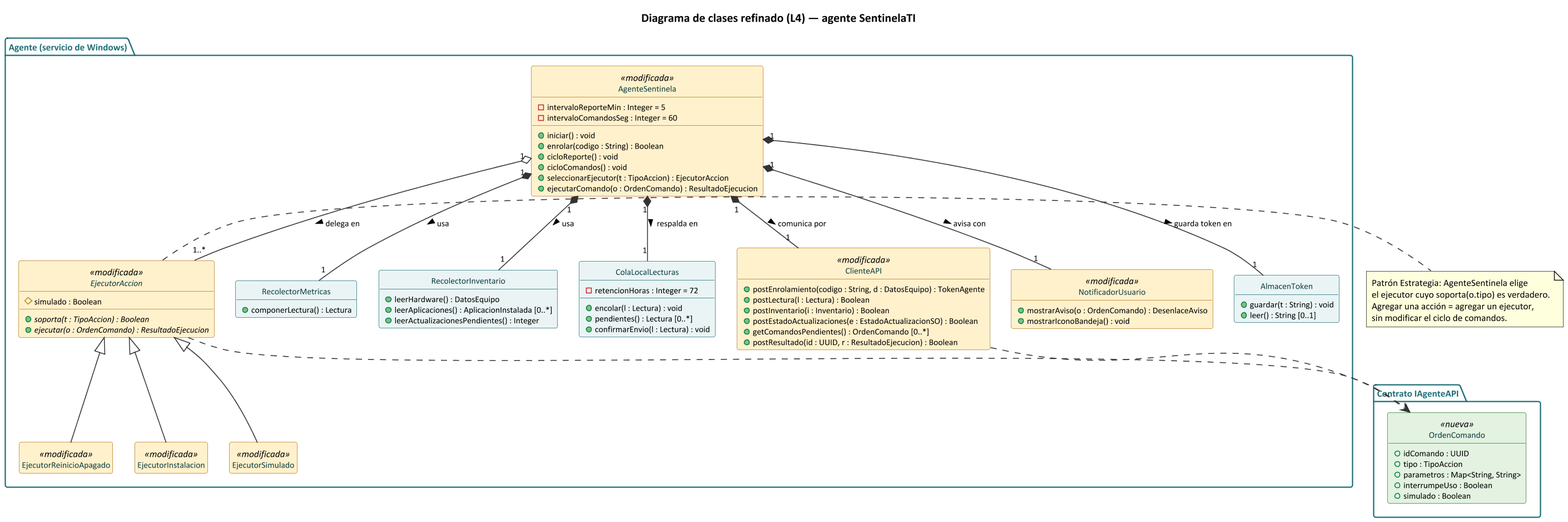
gazpel/SentinelaTI keeps this PlantUML diagram as docs/uml/clases_agente_l4.png. Above is the earlier version. The source it was exported from:
```plantuml
@startuml clases_agente_l4
hide circle
hide empty members
skinparam dpi 150
skinparam shadowing false
skinparam defaultFontName Calibri
skinparam defaultFontSize 11
skinparam nodesep 25
skinparam ranksep 45
skinparam ArrowColor #333333
skinparam ArrowFontSize 10
skinparam class {
  BackgroundColor #EAF4F5
  BorderColor #1F6F78
  FontColor #0B3C40
  AttributeFontSize 10
  BackgroundColor<<modificada>> #FFF1CC
  BorderColor<<modificada>> #B7791F
  BackgroundColor<<nueva>> #E3F2E1
  BorderColor<<nueva>> #2F7D32
}
skinparam interface {
  BackgroundColor #FFFFFF
  BorderColor #1F6F78
}
skinparam package {
  BackgroundColor #FFFFFF
  BorderColor #1F6F78
  FontColor #1F6F78
}

title Diagrama de clases refinado (L4) — agente SentinelaTI

package "Agente (servicio de Windows)" {
  class AgenteSentinela <<modificada>> {
    - intervaloReporteMin : Integer = 5
    - intervaloComandosSeg : Integer = 60
    + iniciar() : void
    + enrolar(codigo : String) : Boolean
    + cicloReporte() : void
    + cicloComandos() : void
    + seleccionarEjecutor(t : TipoAccion) : EjecutorAccion
    + ejecutarComando(o : OrdenComando) : ResultadoEjecucion
  }
  class RecolectorMetricas {
    + componerLectura() : Lectura
  }
  class RecolectorInventario {
    + leerHardware() : DatosEquipo
    + leerAplicaciones() : AplicacionInstalada [0..*]
    + leerActualizacionesPendientes() : Integer
  }
  class ColaLocalLecturas {
    - retencionHoras : Integer = 72
    + encolar(l : Lectura) : void
    + pendientes() : Lectura [0..*]
    + confirmarEnvio(l : Lectura) : void
  }
  class ClienteAPI <<modificada>> {
    + postEnrolamiento(codigo : String, d : DatosEquipo) : TokenAgente
    + postLectura(l : Lectura) : Boolean
    + postInventario(i : Inventario) : Boolean
    + postEstadoActualizaciones(e : EstadoActualizacionSO) : Boolean
    + getComandosPendientes() : OrdenComando [0..*]
    + postResultado(id : UUID, r : ResultadoEjecucion) : Boolean
  }
  class NotificadorUsuario <<modificada>> {
    + mostrarAviso(o : OrdenComando) : DesenlaceAviso
    + mostrarIconoBandeja() : void
  }
  abstract class EjecutorAccion <<modificada>> {
    # simulado : Boolean
    + {abstract} soporta(t : TipoAccion) : Boolean
    + {abstract} ejecutar(o : OrdenComando) : ResultadoEjecucion
  }
  class EjecutorReinicioApagado <<modificada>>
  class EjecutorInstalacion <<modificada>>
  class EjecutorSimulado <<modificada>>
  class AlmacenToken {
    + guardar(t : String) : void
    + leer() : String [0..1]
  }

  AgenteSentinela "1" *-- "1" RecolectorMetricas : usa >
  AgenteSentinela "1" *-- "1" RecolectorInventario : usa >
  AgenteSentinela "1" *-- "1" ColaLocalLecturas : respalda en >
  AgenteSentinela "1" *-- "1" ClienteAPI : comunica por >
  AgenteSentinela "1" *-- "1" NotificadorUsuario : avisa con >
  AgenteSentinela "1" *-- "1" AlmacenToken : guarda token en >
  AgenteSentinela "1" o-- "1..*" EjecutorAccion : delega en >
  EjecutorAccion <|-- EjecutorReinicioApagado
  EjecutorAccion <|-- EjecutorInstalacion
  EjecutorAccion <|-- EjecutorSimulado
}

package "Contrato IAgenteAPI" {
  class OrdenComando <<nueva>> {
    + idComando : UUID
    + tipo : TipoAccion
    + parametros : Map<String, String>
    + interrumpeUso : Boolean
    + simulado : Boolean
  }
}

ClienteAPI ..> OrdenComando
EjecutorAccion ..> OrdenComando

note right of EjecutorAccion
  Patrón Estrategia: AgenteSentinela elige
  el ejecutor cuyo soporta(o.tipo) es verdadero.
  Agregar una acción = agregar un ejecutor,
  sin modificar el ciclo de comandos.
end note
@enduml
```
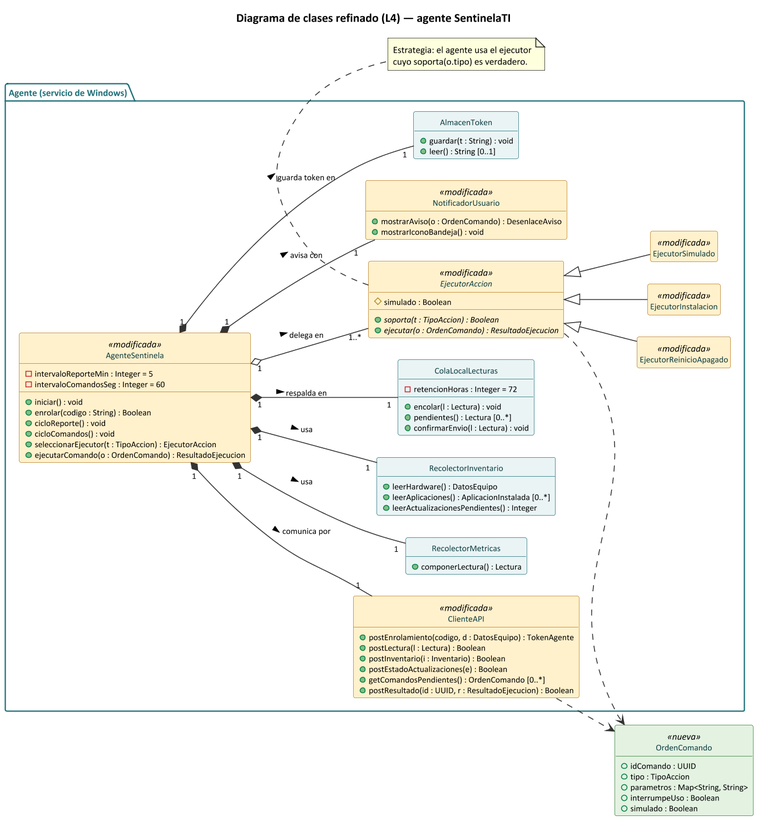
Later version of the same file.

Change to the diagram source:
```diff
@@ -1,33 +1,6 @@
 @startuml clases_agente_l4
-hide circle
-hide empty members
-skinparam dpi 150
-skinparam shadowing false
-skinparam defaultFontName Calibri
-skinparam defaultFontSize 11
-skinparam nodesep 25
-skinparam ranksep 45
-skinparam ArrowColor #333333
-skinparam ArrowFontSize 10
-skinparam class {
-  BackgroundColor #EAF4F5
-  BorderColor #1F6F78
-  FontColor #0B3C40
-  AttributeFontSize 10
-  BackgroundColor<<modificada>> #FFF1CC
-  BorderColor<<modificada>> #B7791F
-  BackgroundColor<<nueva>> #E3F2E1
-  BorderColor<<nueva>> #2F7D32
-}
-skinparam interface {
-  BackgroundColor #FFFFFF
-  BorderColor #1F6F78
-}
-skinparam package {
-  BackgroundColor #FFFFFF
-  BorderColor #1F6F78
-  FontColor #1F6F78
-}
+!include estilo_clases_l4.iuml
+left to right direction
 
 title Diagrama de clases refinado (L4) — agente SentinelaTI
 
@@ -57,16 +30,20 @@
     + confirmarEnvio(l : Lectura) : void
   }
   class ClienteAPI <<modificada>> {
-    + postEnrolamiento(codigo : String, d : DatosEquipo) : TokenAgente
+    + postEnrolamiento(codigo, d : DatosEquipo) : TokenAgente
     + postLectura(l : Lectura) : Boolean
     + postInventario(i : Inventario) : Boolean
-    + postEstadoActualizaciones(e : EstadoActualizacionSO) : Boolean
+    + postEstadoActualizaciones(e) : Boolean
     + getComandosPendientes() : OrdenComando [0..*]
     + postResultado(id : UUID, r : ResultadoEjecucion) : Boolean
   }
   class NotificadorUsuario <<modificada>> {
     + mostrarAviso(o : OrdenComando) : DesenlaceAviso
     + mostrarIconoBandeja() : void
+  }
+  class AlmacenToken {
+    + guardar(t : String) : void
+    + leer() : String [0..1]
   }
   abstract class EjecutorAccion <<modificada>> {
     # simulado : Boolean
@@ -76,10 +53,6 @@
   class EjecutorReinicioApagado <<modificada>>
   class EjecutorInstalacion <<modificada>>
   class EjecutorSimulado <<modificada>>
-  class AlmacenToken {
-    + guardar(t : String) : void
-    + leer() : String [0..1]
-  }
 
   AgenteSentinela "1" *-- "1" RecolectorMetricas : usa >
   AgenteSentinela "1" *-- "1" RecolectorInventario : usa >
@@ -93,23 +66,18 @@
   EjecutorAccion <|-- EjecutorSimulado
 }
 
-package "Contrato IAgenteAPI" {
-  class OrdenComando <<nueva>> {
-    + idComando : UUID
-    + tipo : TipoAccion
-    + parametros : Map<String, String>
-    + interrumpeUso : Boolean
-    + simulado : Boolean
-  }
+class OrdenComando <<nueva>> {
+  + idComando : UUID
+  + tipo : TipoAccion
+  + parametros : Map<String, String>
+  + interrumpeUso : Boolean
+  + simulado : Boolean
 }
-
 ClienteAPI ..> OrdenComando
 EjecutorAccion ..> OrdenComando
 
-note right of EjecutorAccion
-  Patrón Estrategia: AgenteSentinela elige
-  el ejecutor cuyo soporta(o.tipo) es verdadero.
-  Agregar una acción = agregar un ejecutor,
-  sin modificar el ciclo de comandos.
+note bottom of EjecutorAccion
+  Estrategia: el agente usa el ejecutor
+  cuyo soporta(o.tipo) es verdadero.
 end note
 @enduml
```
